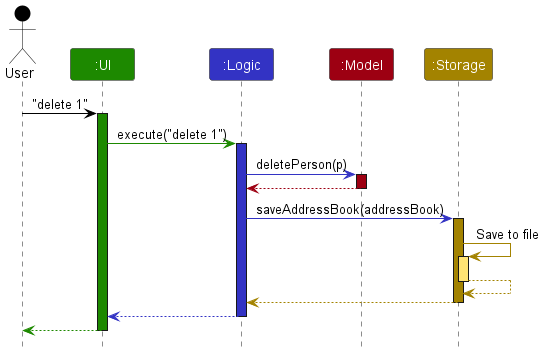
Earlier version of the PlantUML export docs/images/ArchitectureSequenceDiagram.png (nus-cs2103-AY2425S1/tp).
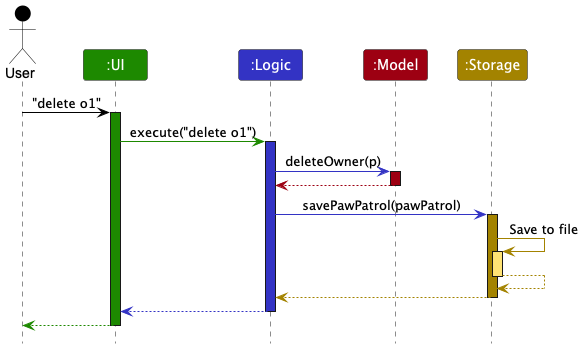
Above is the later version.

What changed in the source:
```diff
@@ -8,19 +8,19 @@
 Participant ":Model" as model MODEL_COLOR
 Participant ":Storage" as storage STORAGE_COLOR
 
-user -[USER_COLOR]> ui : "delete 1"
+user -[USER_COLOR]> ui : "delete o1"
 activate ui UI_COLOR
 
-ui -[UI_COLOR]> logic : execute("delete 1")
+ui -[UI_COLOR]> logic : execute("delete o1")
 activate logic LOGIC_COLOR
 
-logic -[LOGIC_COLOR]> model : deletePerson(p)
+logic -[LOGIC_COLOR]> model : deleteOwner(p)
 activate model MODEL_COLOR
 
 model -[MODEL_COLOR]-> logic
 deactivate model
 
-logic -[LOGIC_COLOR]> storage : saveAddressBook(addressBook)
+logic -[LOGIC_COLOR]> storage : savePawPatrol(pawPatrol)
 activate storage STORAGE_COLOR
 
 storage -[STORAGE_COLOR]> storage : Save to file
```
